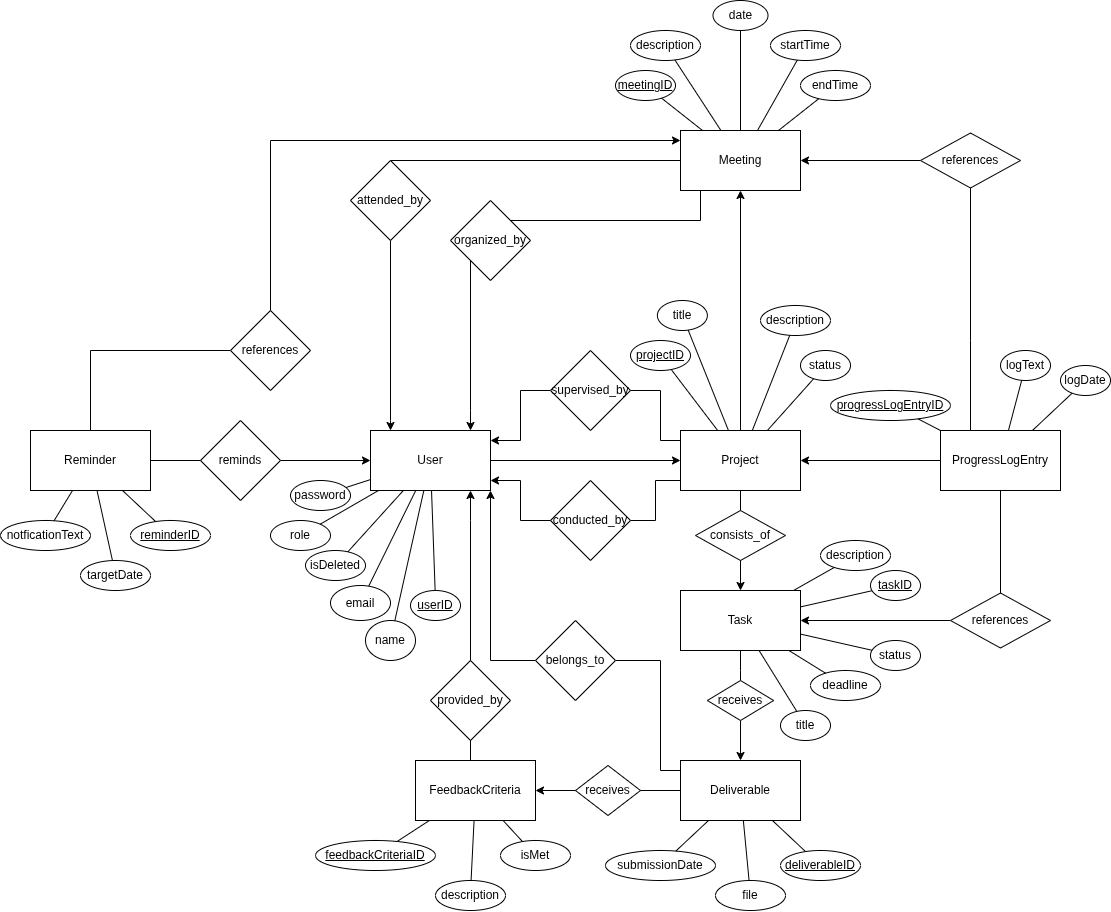
Beginner50/Dissertation keeps this draw.io diagram as UML/ERD/Entity Relationship Diagram.drawio.png. Above is the earlier version. Source tidied: cells renumbered, new cells last; positions are measured from the earlier drawing's top-left corner, leaving out a move shared by most shapes.
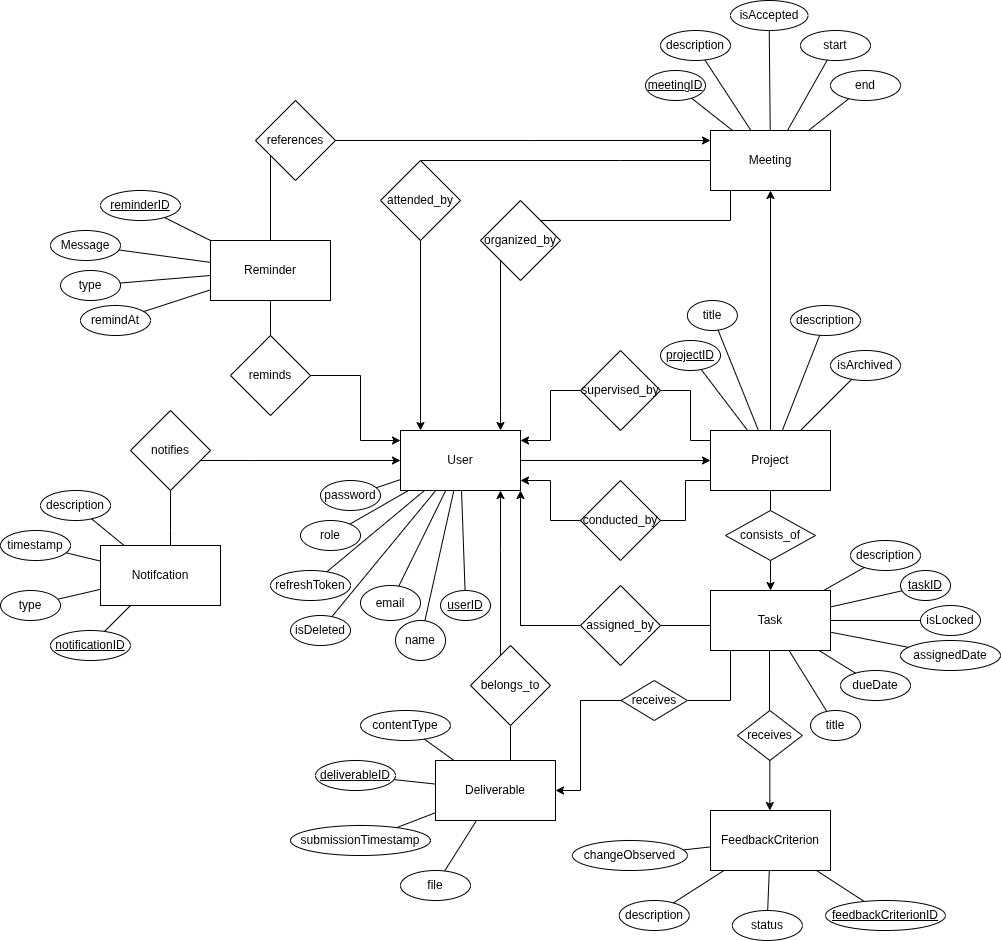
Above is the later version.

What changed in the source:
```diff
@@ -4,10 +4,2 @@
     <mxCell id="1" parent="0" />
-    <mxCell id="2" style="edgeStyle=orthogonalEdgeStyle;rounded=0;jettySize=auto;html=1;endArrow=none;endFill=0;" parent="1" edge="1" source="71" target="22">
-      <mxGeometry relative="1" as="geometry">
-        <Array as="points">
-          <mxPoint x="470" y="620" />
-          <mxPoint x="470" y="620" />
-        </Array>
-      </mxGeometry>
-    </mxCell>
     <mxCell id="3" style="edgeStyle=orthogonalEdgeStyle;rounded=0;jettySize=auto;html=1;endArrow=none;endFill=0;" parent="1" edge="1" source="73" target="16">
@@ -15,4 +7,3 @@
         <Array as="points">
-          <mxPoint x="660" y="660" />
-          <mxPoint x="660" y="770" />
+          <mxPoint x="465" y="660" />
         </Array>
@@ -55,8 +46,14 @@
     <mxCell id="12" style="edgeStyle=orthogonalEdgeStyle;rounded=0;jettySize=auto;html=1;" parent="1" edge="1" source="36" target="6">
-      <mxGeometry relative="1" as="geometry" />
+      <mxGeometry relative="1" as="geometry">
+        <Array as="points">
+          <mxPoint x="330" y="375" />
+          <mxPoint x="330" y="440" />
+        </Array>
+      </mxGeometry>
     </mxCell>
-    <mxCell id="13" style="edgeStyle=orthogonalEdgeStyle;rounded=0;jettySize=auto;html=1;exitX=0.5;exitY=0;exitDx=0;exitDy=0;" parent="1" edge="1" source="29" target="11">
+    <mxCell id="13" style="edgeStyle=orthogonalEdgeStyle;rounded=0;jettySize=auto;html=1;" parent="1" edge="1" source="29" target="11">
       <mxGeometry relative="1" as="geometry">
         <Array as="points">
-          <mxPoint x="270" y="140" />
+          <mxPoint x="500" y="140" />
+          <mxPoint x="500" y="140" />
         </Array>
@@ -65,16 +62,23 @@
     <mxCell id="14" value="Reminder" style="rounded=0;whiteSpace=wrap;html=1;" parent="1" vertex="1">
-      <mxGeometry x="30" y="430" width="120" height="60" as="geometry" />
+      <mxGeometry x="180" y="240" width="120" height="60" as="geometry" />
     </mxCell>
-    <mxCell id="15" style="edgeStyle=orthogonalEdgeStyle;rounded=0;jettySize=auto;html=1;" parent="1" edge="1" source="16" target="22">
-      <mxGeometry relative="1" as="geometry" />
+    <mxCell id="15" style="edgeStyle=orthogonalEdgeStyle;rounded=0;jettySize=auto;html=1;" parent="1" edge="1" source="80" target="22">
+      <mxGeometry relative="1" as="geometry">
+        <Array as="points">
+          <mxPoint x="739" y="800" />
+          <mxPoint x="739" y="800" />
+        </Array>
+      </mxGeometry>
     </mxCell>
     <mxCell id="16" value="Deliverable" style="rounded=0;whiteSpace=wrap;html=1;" parent="1" vertex="1">
-      <mxGeometry x="680" y="760" width="120" height="60" as="geometry" />
+      <mxGeometry x="405" y="760" width="120" height="60" as="geometry" />
     </mxCell>
-    <mxCell id="17" style="edgeStyle=orthogonalEdgeStyle;rounded=0;jettySize=auto;html=1;exitX=0.5;exitY=1;exitDx=0;exitDy=0;" parent="1" edge="1" source="69" target="16">
-      <mxGeometry relative="1" as="geometry" />
+    <mxCell id="17" style="edgeStyle=orthogonalEdgeStyle;rounded=0;jettySize=auto;html=1;" parent="1" edge="1" source="69" target="16">
+      <mxGeometry relative="1" as="geometry">
+        <Array as="points">
+          <mxPoint x="550" y="700" />
+          <mxPoint x="550" y="790" />
+        </Array>
+      </mxGeometry>
     </mxCell>
-    <mxCell id="18" style="edgeStyle=orthogonalEdgeStyle;rounded=0;jettySize=auto;html=1;endArrow=none;endFill=0;startArrow=none;startFill=0;" parent="1" edge="1" source="100" target="21">
-      <mxGeometry relative="1" as="geometry" />
-    </mxCell>
     <mxCell id="19" value="Task" style="rounded=0;whiteSpace=wrap;html=1;" parent="1" vertex="1">
@@ -82,10 +86,4 @@
     </mxCell>
-    <mxCell id="20" style="edgeStyle=orthogonalEdgeStyle;rounded=0;jettySize=auto;html=1;exitX=0;exitY=0.5;exitDx=0;exitDy=0;" parent="1" edge="1" source="21" target="9">
-      <mxGeometry relative="1" as="geometry" />
-    </mxCell>
-    <mxCell id="21" value="ProgressLogEntry" style="rounded=0;whiteSpace=wrap;html=1;" parent="1" vertex="1">
-      <mxGeometry x="940" y="430" width="120" height="60" as="geometry" />
-    </mxCell>
-    <mxCell id="22" value="FeedbackCriteria" style="rounded=0;whiteSpace=wrap;html=1;" parent="1" vertex="1">
-      <mxGeometry x="415" y="760" width="120" height="60" as="geometry" />
+    <mxCell id="22" value="FeedbackCriterion" style="rounded=0;whiteSpace=wrap;html=1;" parent="1" vertex="1">
+      <mxGeometry x="680" y="810" width="120" height="60" as="geometry" />
     </mxCell>
@@ -94,3 +92,4 @@
         <Array as="points">
-          <mxPoint x="390" y="180" />
+          <mxPoint x="590" y="160" />
+          <mxPoint x="590" y="160" />
         </Array>
@@ -123,3 +122,4 @@
         <Array as="points">
-          <mxPoint x="90" y="350" />
+          <mxPoint x="240" y="150" />
+          <mxPoint x="240" y="150" />
         </Array>
@@ -128,3 +128,3 @@
     <mxCell id="29" value="references" style="rhombus;whiteSpace=wrap;html=1;" parent="1" vertex="1">
-      <mxGeometry x="230" y="310" width="80" height="80" as="geometry" />
+      <mxGeometry x="225" y="100" width="80" height="80" as="geometry" />
     </mxCell>
@@ -164,3 +164,3 @@
     <mxCell id="36" value="reminds" style="rhombus;whiteSpace=wrap;html=1;" parent="1" vertex="1">
-      <mxGeometry x="200" y="420" width="80" height="80" as="geometry" />
+      <mxGeometry x="200" y="335" width="80" height="80" as="geometry" />
     </mxCell>
@@ -182,3 +182,3 @@
     <mxCell id="42" value="isDeleted" style="ellipse;whiteSpace=wrap;html=1;" parent="1" vertex="1">
-      <mxGeometry x="305" y="550" width="60" height="30" as="geometry" />
+      <mxGeometry x="260" y="615" width="60" height="30" as="geometry" />
     </mxCell>
@@ -211,7 +211,7 @@
     </mxCell>
-    <mxCell id="52" value="deadline" style="ellipse;whiteSpace=wrap;html=1;" parent="1" vertex="1">
+    <mxCell id="52" value="dueDate" style="ellipse;whiteSpace=wrap;html=1;" parent="1" vertex="1">
       <mxGeometry x="810" y="670" width="70" height="30" as="geometry" />
     </mxCell>
-    <mxCell id="53" value="status" style="ellipse;whiteSpace=wrap;html=1;" parent="1" vertex="1">
-      <mxGeometry x="870" y="640" width="50" height="30" as="geometry" />
+    <mxCell id="53" value="assignedDate" style="ellipse;whiteSpace=wrap;html=1;" parent="1" vertex="1">
+      <mxGeometry x="870" y="640" width="100" height="30" as="geometry" />
     </mxCell>
@@ -241,4 +241,4 @@
     </mxCell>
-    <mxCell id="62" value="status" style="ellipse;whiteSpace=wrap;html=1;" parent="1" vertex="1">
-      <mxGeometry x="800" y="350" width="50" height="30" as="geometry" />
+    <mxCell id="62" value="isArchived" style="ellipse;whiteSpace=wrap;html=1;" parent="1" vertex="1">
+      <mxGeometry x="800" y="350" width="70" height="30" as="geometry" />
     </mxCell>
@@ -259,19 +259,12 @@
     </mxCell>
-    <mxCell id="68" style="edgeStyle=orthogonalEdgeStyle;rounded=0;jettySize=auto;html=1;exitX=0.5;exitY=1;exitDx=0;exitDy=0;endArrow=none;endFill=0;" parent="1" edge="1" source="19" target="69">
-      <mxGeometry relative="1" as="geometry" />
+    <mxCell id="68" style="edgeStyle=orthogonalEdgeStyle;rounded=0;jettySize=auto;html=1;endArrow=none;endFill=0;" parent="1" edge="1" source="19" target="69">
+      <mxGeometry relative="1" as="geometry">
+        <Array as="points">
+          <mxPoint x="700" y="700" />
+        </Array>
+      </mxGeometry>
     </mxCell>
     <mxCell id="69" value="receives" style="rhombus;whiteSpace=wrap;html=1;" parent="1" vertex="1">
-      <mxGeometry x="706.9" y="680" width="66.2" height="40" as="geometry" />
+      <mxGeometry x="590.6" y="680" width="66.2" height="40" as="geometry" />
     </mxCell>
-    <mxCell id="70" style="edgeStyle=orthogonalEdgeStyle;rounded=0;jettySize=auto;html=1;endArrow=none;endFill=0;startArrow=classic;startFill=1;" parent="1" edge="1" source="6" target="71">
-      <mxGeometry relative="1" as="geometry">
-        <Array as="points">
-          <mxPoint x="470" y="520" />
-          <mxPoint x="470" y="520" />
-        </Array>
-      </mxGeometry>
-    </mxCell>
-    <mxCell id="71" value="provided_by" style="rhombus;whiteSpace=wrap;html=1;" parent="1" vertex="1">
-      <mxGeometry x="430" y="660" width="80" height="80" as="geometry" />
-    </mxCell>
     <mxCell id="72" style="edgeStyle=orthogonalEdgeStyle;rounded=0;jettySize=auto;html=1;endArrow=none;endFill=0;startArrow=classic;startFill=1;" parent="1" edge="1" source="6" target="73">
@@ -279,3 +272,4 @@
         <Array as="points">
-          <mxPoint x="490" y="660" />
+          <mxPoint x="470" y="550" />
+          <mxPoint x="470" y="550" />
         </Array>
@@ -284,12 +278,12 @@
     <mxCell id="73" value="belongs_to" style="rhombus;whiteSpace=wrap;html=1;" parent="1" vertex="1">
-      <mxGeometry x="535" y="620" width="80" height="80" as="geometry" />
+      <mxGeometry x="440" y="645" width="80" height="80" as="geometry" />
     </mxCell>
     <mxCell id="74" value="&lt;u&gt;deliverableID&lt;/u&gt;" style="ellipse;whiteSpace=wrap;html=1;" parent="1" vertex="1">
-      <mxGeometry x="780" y="850" width="80" height="30" as="geometry" />
+      <mxGeometry x="285" y="760" width="80" height="30" as="geometry" />
     </mxCell>
     <mxCell id="75" value="file" style="ellipse;whiteSpace=wrap;html=1;" parent="1" vertex="1">
-      <mxGeometry x="715" y="880" width="70" height="30" as="geometry" />
+      <mxGeometry x="370" y="870" width="70" height="30" as="geometry" />
     </mxCell>
-    <mxCell id="76" value="submissionDate" style="ellipse;whiteSpace=wrap;html=1;" parent="1" vertex="1">
-      <mxGeometry x="605" y="850" width="110" height="30" as="geometry" />
+    <mxCell id="76" value="submissionTimestamp" style="ellipse;whiteSpace=wrap;html=1;" parent="1" vertex="1">
+      <mxGeometry x="260" y="825" width="140" height="30" as="geometry" />
     </mxCell>
@@ -304,13 +298,10 @@
     </mxCell>
-    <mxCell id="80" value="receives" style="rhombus;whiteSpace=wrap;html=1;" parent="1" vertex="1">
-      <mxGeometry x="575" y="765" width="65" height="50" as="geometry" />
-    </mxCell>
-    <mxCell id="81" value="&lt;u&gt;feedbackCriteriaID&lt;/u&gt;" style="ellipse;whiteSpace=wrap;html=1;" parent="1" vertex="1">
-      <mxGeometry x="315" y="840" width="120" height="30" as="geometry" />
+    <mxCell id="81" value="&lt;u&gt;feedbackCriterionID&lt;/u&gt;" style="ellipse;whiteSpace=wrap;html=1;" parent="1" vertex="1">
+      <mxGeometry x="795" y="900" width="120" height="30" as="geometry" />
     </mxCell>
     <mxCell id="82" value="description" style="ellipse;whiteSpace=wrap;html=1;" parent="1" vertex="1">
-      <mxGeometry x="435" y="880" width="70" height="30" as="geometry" />
+      <mxGeometry x="588.8" y="900" width="70" height="30" as="geometry" />
     </mxCell>
-    <mxCell id="83" value="isMet" style="ellipse;whiteSpace=wrap;html=1;" parent="1" vertex="1">
-      <mxGeometry x="500" y="840" width="70" height="30" as="geometry" />
+    <mxCell id="83" value="status" style="ellipse;whiteSpace=wrap;html=1;" parent="1" vertex="1">
+      <mxGeometry x="701.9" y="910" width="70" height="30" as="geometry" />
     </mxCell>
@@ -326,9 +317,9 @@
     <mxCell id="87" value="&lt;u&gt;reminderID&lt;/u&gt;" style="ellipse;whiteSpace=wrap;html=1;" parent="1" vertex="1">
-      <mxGeometry x="130" y="520" width="80" height="30" as="geometry" />
+      <mxGeometry x="70" y="190" width="80" height="30" as="geometry" />
     </mxCell>
-    <mxCell id="88" value="targetDate" style="ellipse;whiteSpace=wrap;html=1;" parent="1" vertex="1">
-      <mxGeometry x="80" y="560" width="70" height="30" as="geometry" />
+    <mxCell id="88" value="remindAt" style="ellipse;whiteSpace=wrap;html=1;" parent="1" vertex="1">
+      <mxGeometry x="50" y="305" width="70" height="30" as="geometry" />
     </mxCell>
-    <mxCell id="89" value="notficationText" style="ellipse;whiteSpace=wrap;html=1;" parent="1" vertex="1">
-      <mxGeometry y="520" width="90" height="30" as="geometry" />
+    <mxCell id="89" value="Message" style="ellipse;whiteSpace=wrap;html=1;" parent="1" vertex="1">
+      <mxGeometry x="20" y="230" width="70" height="30" as="geometry" />
     </mxCell>
@@ -343,40 +334,2 @@
     </mxCell>
-    <mxCell id="93" value="&lt;u&gt;progressLogEntryID&lt;/u&gt;" style="ellipse;whiteSpace=wrap;html=1;" parent="1" vertex="1">
-      <mxGeometry x="830" y="390" width="120" height="30" as="geometry" />
-    </mxCell>
-    <mxCell id="94" value="logText" style="ellipse;whiteSpace=wrap;html=1;" parent="1" vertex="1">
-      <mxGeometry x="1000" y="350" width="50" height="30" as="geometry" />
-    </mxCell>
-    <mxCell id="95" value="logDate" style="ellipse;whiteSpace=wrap;html=1;" parent="1" vertex="1">
-      <mxGeometry x="1060" y="365" width="50" height="30" as="geometry" />
-    </mxCell>
-    <mxCell id="96" style="endArrow=none;html=1;rounded=0;" parent="1" edge="1" source="21" target="94">
-      <mxGeometry relative="1" as="geometry" />
-    </mxCell>
-    <mxCell id="97" style="endArrow=none;html=1;rounded=0;" parent="1" edge="1" source="21" target="95">
-      <mxGeometry relative="1" as="geometry" />
-    </mxCell>
-    <mxCell id="98" style="endArrow=none;html=1;rounded=0;" parent="1" edge="1" source="93" target="21">
-      <mxGeometry relative="1" as="geometry" />
-    </mxCell>
-    <mxCell id="99" style="edgeStyle=orthogonalEdgeStyle;rounded=0;jettySize=auto;html=1;endArrow=none;endFill=0;startArrow=classic;startFill=1;" parent="1" edge="1" source="19" target="100">
-      <mxGeometry relative="1" as="geometry" />
-    </mxCell>
-    <mxCell id="100" value="references" style="rhombus;whiteSpace=wrap;html=1;" parent="1" vertex="1">
-      <mxGeometry x="950" y="592.5" width="100" height="55" as="geometry" />
-    </mxCell>
-    <mxCell id="101" style="edgeStyle=orthogonalEdgeStyle;rounded=0;jettySize=auto;html=1;" parent="1" edge="1" source="103" target="11">
-      <mxGeometry relative="1" as="geometry" />
-    </mxCell>
-    <mxCell id="102" style="edgeStyle=orthogonalEdgeStyle;rounded=0;jettySize=auto;html=1;endArrow=none;endFill=0;" parent="1" edge="1" source="21" target="103">
-      <mxGeometry relative="1" as="geometry">
-        <Array as="points">
-          <mxPoint x="970" y="340" />
-          <mxPoint x="970" y="340" />
-        </Array>
-      </mxGeometry>
-    </mxCell>
-    <mxCell id="103" value="references" style="rhombus;whiteSpace=wrap;html=1;" parent="1" vertex="1">
-      <mxGeometry x="920" y="132.5" width="100" height="55" as="geometry" />
-    </mxCell>
     <mxCell id="104" value="&lt;u&gt;meetingID&lt;/u&gt;" style="ellipse;whiteSpace=wrap;html=1;" parent="1" vertex="1">
@@ -384,6 +337,6 @@
     </mxCell>
-    <mxCell id="105" value="startTime" style="ellipse;whiteSpace=wrap;html=1;" parent="1" vertex="1">
+    <mxCell id="105" value="start" style="ellipse;whiteSpace=wrap;html=1;" parent="1" vertex="1">
       <mxGeometry x="770" y="30" width="70" height="30" as="geometry" />
     </mxCell>
-    <mxCell id="106" value="endTime" style="ellipse;whiteSpace=wrap;html=1;" parent="1" vertex="1">
+    <mxCell id="106" value="end" style="ellipse;whiteSpace=wrap;html=1;" parent="1" vertex="1">
       <mxGeometry x="800" y="70" width="70" height="30" as="geometry" />
@@ -393,4 +346,4 @@
     </mxCell>
-    <mxCell id="108" value="date" style="ellipse;whiteSpace=wrap;html=1;" parent="1" vertex="1">
-      <mxGeometry x="712.5" width="55" height="30" as="geometry" />
+    <mxCell id="108" value="isAccepted" style="ellipse;whiteSpace=wrap;html=1;" parent="1" vertex="1">
+      <mxGeometry x="700" width="77.5" height="30" as="geometry" />
     </mxCell>
@@ -411,2 +364,107 @@
     </mxCell>
+    <mxCell id="114" style="edgeStyle=orthogonalEdgeStyle;rounded=0;jettySize=auto;html=1;endArrow=none;endFill=0;" parent="1" edge="1" source="19" target="80">
+      <mxGeometry relative="1" as="geometry">
+        <Array as="points">
+          <mxPoint x="739" y="670" />
+          <mxPoint x="739" y="670" />
+        </Array>
+      </mxGeometry>
+    </mxCell>
+    <mxCell id="80" value="receives" style="rhombus;whiteSpace=wrap;html=1;" parent="1" vertex="1">
+      <mxGeometry x="706.9" y="710" width="65" height="50" as="geometry" />
+    </mxCell>
+    <mxCell id="115" value="changeObserved" style="ellipse;whiteSpace=wrap;html=1;" parent="1" vertex="1">
+      <mxGeometry x="541.9" y="840" width="115" height="30" as="geometry" />
+    </mxCell>
+    <mxCell id="116" style="endArrow=none;html=1;rounded=0;" parent="1" edge="1" source="115" target="22">
+      <mxGeometry relative="1" as="geometry" />
+    </mxCell>
+    <mxCell id="117" value="contentType" style="ellipse;whiteSpace=wrap;html=1;" parent="1" vertex="1">
+      <mxGeometry x="330" y="710" width="90" height="30" as="geometry" />
+    </mxCell>
+    <mxCell id="118" style="endArrow=none;html=1;rounded=0;" parent="1" edge="1" source="16" target="117">
+      <mxGeometry relative="1" as="geometry" />
+    </mxCell>
+    <mxCell id="119" style="edgeStyle=orthogonalEdgeStyle;rounded=0;jettySize=auto;html=1;endArrow=none;endFill=0;" parent="1" edge="1" source="120" target="19">
+      <mxGeometry relative="1" as="geometry">
+        <Array as="points">
+          <mxPoint x="700" y="625" />
+          <mxPoint x="700" y="625" />
+        </Array>
+      </mxGeometry>
+    </mxCell>
+    <mxCell id="120" value="assigned_by" style="rhombus;whiteSpace=wrap;html=1;" parent="1" vertex="1">
+      <mxGeometry x="550" y="585" width="80" height="80" as="geometry" />
+    </mxCell>
+    <mxCell id="121" style="edgeStyle=orthogonalEdgeStyle;rounded=0;jettySize=auto;html=1;endArrow=none;endFill=0;startArrow=classic;startFill=1;" parent="1" edge="1" source="6" target="120">
+      <mxGeometry relative="1" as="geometry">
+        <Array as="points">
+          <mxPoint x="490" y="625" />
+        </Array>
+      </mxGeometry>
+    </mxCell>
+    <mxCell id="122" value="refreshToken" style="ellipse;whiteSpace=wrap;html=1;" parent="1" vertex="1">
+      <mxGeometry x="240" y="570" width="80" height="30" as="geometry" />
+    </mxCell>
+    <mxCell id="123" style="endArrow=none;html=1;rounded=0;" parent="1" edge="1" source="122" target="6">
+      <mxGeometry relative="1" as="geometry" />
+    </mxCell>
+    <mxCell id="124" value="isLocked" style="ellipse;whiteSpace=wrap;html=1;" parent="1" vertex="1">
+      <mxGeometry x="890" y="605" width="60" height="30" as="geometry" />
+    </mxCell>
+    <mxCell id="125" style="endArrow=none;html=1;rounded=0;" parent="1" edge="1" source="19" target="124">
+      <mxGeometry relative="1" as="geometry" />
+    </mxCell>
+    <mxCell id="126" value="type" style="ellipse;whiteSpace=wrap;html=1;" parent="1" vertex="1">
+      <mxGeometry x="30" y="270" width="60" height="30" as="geometry" />
+    </mxCell>
+    <mxCell id="127" style="endArrow=none;html=1;rounded=0;" parent="1" edge="1" source="126" target="14">
+      <mxGeometry relative="1" as="geometry" />
+    </mxCell>
+    <mxCell id="128" value="Notifcation" style="rounded=0;whiteSpace=wrap;html=1;" parent="1" vertex="1">
+      <mxGeometry x="70" y="545" width="120" height="60" as="geometry" />
+    </mxCell>
+    <mxCell id="129" value="&lt;u&gt;notificationID&lt;/u&gt;" style="ellipse;whiteSpace=wrap;html=1;" parent="1" vertex="1">
+      <mxGeometry x="20" y="630" width="80" height="30" as="geometry" />
+    </mxCell>
+    <mxCell id="130" value="type" style="ellipse;whiteSpace=wrap;html=1;" parent="1" vertex="1">
+      <mxGeometry x="-30" y="590" width="60" height="30" as="geometry" />
+    </mxCell>
+    <mxCell id="131" value="description" style="ellipse;whiteSpace=wrap;html=1;" parent="1" vertex="1">
+      <mxGeometry x="10" y="490" width="70" height="30" as="geometry" />
+    </mxCell>
+    <mxCell id="132" value="timestamp" style="ellipse;whiteSpace=wrap;html=1;" parent="1" vertex="1">
+      <mxGeometry x="-30" y="530" width="70" height="30" as="geometry" />
+    </mxCell>
+    <mxCell id="133" style="endArrow=none;html=1;rounded=0;" parent="1" edge="1" source="131" target="128">
+      <mxGeometry relative="1" as="geometry" />
+    </mxCell>
+    <mxCell id="134" style="endArrow=none;html=1;rounded=0;" parent="1" edge="1" source="128" target="132">
+      <mxGeometry relative="1" as="geometry" />
+    </mxCell>
+    <mxCell id="135" style="endArrow=none;html=1;rounded=0;" parent="1" edge="1" source="128" target="130">
+      <mxGeometry relative="1" as="geometry" />
+    </mxCell>
+    <mxCell id="136" style="endArrow=none;html=1;rounded=0;" parent="1" edge="1" source="129" target="128">
+      <mxGeometry relative="1" as="geometry" />
+    </mxCell>
+    <mxCell id="137" value="notifies" style="rhombus;whiteSpace=wrap;html=1;" parent="1" vertex="1">
+      <mxGeometry x="100" y="410" width="80" height="80" as="geometry" />
+    </mxCell>
+    <mxCell id="138" style="edgeStyle=orthogonalEdgeStyle;rounded=0;jettySize=auto;html=1;endArrow=none;endFill=0;" parent="1" edge="1" source="137" target="128">
+      <mxGeometry relative="1" as="geometry">
+        <Array as="points">
+          <mxPoint x="140" y="530" />
+          <mxPoint x="140" y="530" />
+        </Array>
+      </mxGeometry>
+    </mxCell>
+    <mxCell id="139" style="edgeStyle=orthogonalEdgeStyle;rounded=0;jettySize=auto;html=1;" parent="1" edge="1" source="137" target="6">
+      <mxGeometry relative="1" as="geometry">
+        <Array as="points">
+          <mxPoint x="220" y="460" />
+          <mxPoint x="220" y="460" />
+        </Array>
+      </mxGeometry>
+    </mxCell>
   </root>
```
